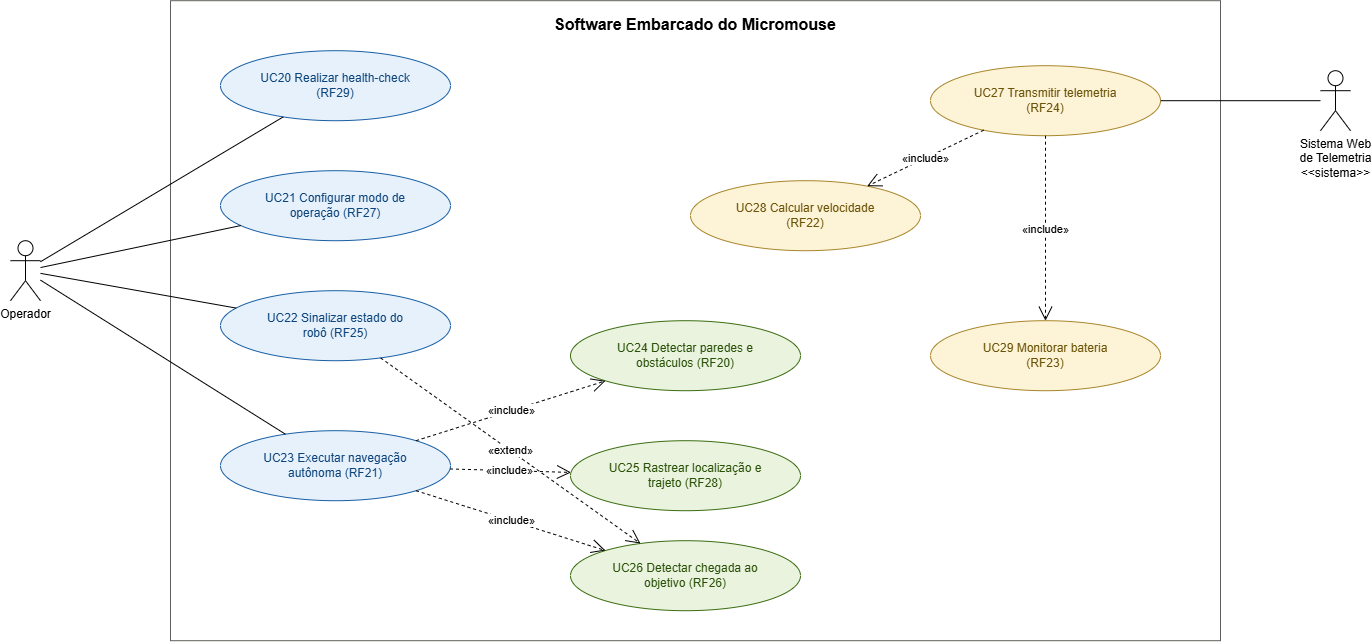
The draw.io diagram docs/figs/diagrama-casos-de-uso-software-embarcado-micromouse.png in fcte-pi1/2026_2_PI1_Grupo01_Juliana, before a commit. Source tidied: cells renumbered, new cells last; positions are measured from the earlier drawing's top-left corner, leaving out a move shared by most shapes.
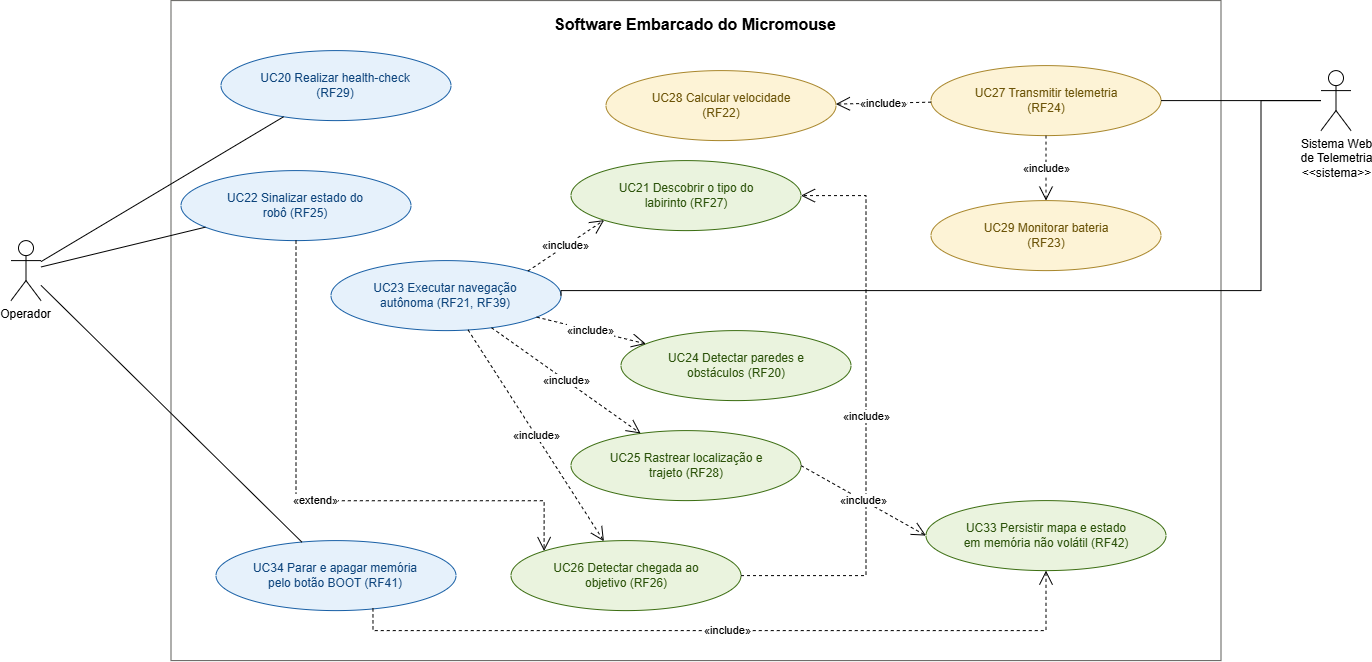
After the change.

Commit message:
docs: atualizar diagrama de casos de uso com os RF38 a RF42

Diff of the diagram source:
```diff
@@ -3,7 +3,7 @@
     <mxCell id="0" />
     <mxCell id="1" parent="0" />
     <mxCell id="2" value="Software Embarcado do Micromouse" style="rounded=0;whiteSpace=wrap;html=1;verticalAlign=top;fontStyle=1;fontSize=16;fillColor=none;strokeColor=#5F5E5A;spacingTop=8;" parent="1" vertex="1">
-      <mxGeometry x="160" width="1050" height="640" as="geometry" />
+      <mxGeometry x="160" width="1050" height="660" as="geometry" />
     </mxCell>
     <mxCell id="3" value="Operador" style="shape=umlActor;verticalLabelPosition=bottom;verticalAlign=top;html=1;outlineConnect=0;" parent="1" vertex="1">
       <mxGeometry y="240" width="30" height="60" as="geometry" />
@@ -14,44 +14,56 @@
     <mxCell id="5" value="UC20 Realizar health-check&lt;br&gt;(RF29)" style="ellipse;whiteSpace=wrap;html=1;fillColor=#E6F1FB;strokeColor=#185FA5;fontColor=#0C447C;fontSize=12;" parent="1" vertex="1">
       <mxGeometry x="210" y="50" width="230" height="70" as="geometry" />
     </mxCell>
-    <mxCell id="6" value="UC21 Configurar modo de&lt;br&gt;operação (RF27)" style="ellipse;whiteSpace=wrap;html=1;fillColor=#E6F1FB;strokeColor=#185FA5;fontColor=#0C447C;fontSize=12;" parent="1" vertex="1">
-      <mxGeometry x="210" y="170" width="230" height="70" as="geometry" />
-    </mxCell>
     <mxCell id="7" value="UC22 Sinalizar estado do&lt;br&gt;robô (RF25)" style="ellipse;whiteSpace=wrap;html=1;fillColor=#E6F1FB;strokeColor=#185FA5;fontColor=#0C447C;fontSize=12;" parent="1" vertex="1">
-      <mxGeometry x="210" y="290" width="230" height="70" as="geometry" />
+      <mxGeometry x="170" y="170" width="230" height="70" as="geometry" />
     </mxCell>
-    <mxCell id="8" value="UC23 Executar navegação&lt;br&gt;autônoma (RF21)" style="ellipse;whiteSpace=wrap;html=1;fillColor=#E6F1FB;strokeColor=#185FA5;fontColor=#0C447C;fontSize=12;" parent="1" vertex="1">
-      <mxGeometry x="210" y="430" width="230" height="70" as="geometry" />
+    <mxCell id="8" value="UC23 Executar navegação&lt;br&gt;autônoma (RF21, RF39)" style="ellipse;whiteSpace=wrap;html=1;fillColor=#E6F1FB;strokeColor=#185FA5;fontColor=#0C447C;fontSize=12;" parent="1" vertex="1">
+      <mxGeometry x="320" y="260" width="230" height="70" as="geometry" />
     </mxCell>
+    <mxCell id="26" value="UC34 Parar e apagar memória&lt;br&gt;pelo botão BOOT (RF41)" style="ellipse;whiteSpace=wrap;html=1;fillColor=#E6F1FB;strokeColor=#185FA5;fontColor=#0C447C;fontSize=12;" parent="1" vertex="1">
+      <mxGeometry x="205" y="540" width="240" height="70" as="geometry" />
+    </mxCell>
+    <mxCell id="6" value="UC21 Descobrir o tipo do&lt;br&gt;labirinto (RF27)" style="ellipse;whiteSpace=wrap;html=1;fillColor=#EAF3DE;strokeColor=#3B6D11;fontColor=#2A5108;fontSize=12;" parent="1" vertex="1">
+      <mxGeometry x="560" y="160" width="230" height="70" as="geometry" />
+    </mxCell>
     <mxCell id="9" value="UC24 Detectar paredes e&lt;br&gt;obstáculos (RF20)" style="ellipse;whiteSpace=wrap;html=1;fillColor=#EAF3DE;strokeColor=#3B6D11;fontColor=#2A5108;fontSize=12;" parent="1" vertex="1">
-      <mxGeometry x="560" y="320" width="230" height="70" as="geometry" />
+      <mxGeometry x="610" y="330" width="230" height="70" as="geometry" />
     </mxCell>
     <mxCell id="10" value="UC25 Rastrear localização e&lt;br&gt;trajeto (RF28)" style="ellipse;whiteSpace=wrap;html=1;fillColor=#EAF3DE;strokeColor=#3B6D11;fontColor=#2A5108;fontSize=12;" parent="1" vertex="1">
-      <mxGeometry x="560" y="440" width="230" height="70" as="geometry" />
+      <mxGeometry x="560" y="430" width="230" height="70" as="geometry" />
     </mxCell>
     <mxCell id="11" value="UC26 Detectar chegada ao&lt;br&gt;objetivo (RF26)" style="ellipse;whiteSpace=wrap;html=1;fillColor=#EAF3DE;strokeColor=#3B6D11;fontColor=#2A5108;fontSize=12;" parent="1" vertex="1">
-      <mxGeometry x="560" y="540" width="230" height="70" as="geometry" />
+      <mxGeometry x="500" y="540" width="230" height="70" as="geometry" />
     </mxCell>
     <mxCell id="12" value="UC27 Transmitir telemetria&lt;br&gt;(RF24)" style="ellipse;whiteSpace=wrap;html=1;fillColor=#FDF3D6;strokeColor=#A8862B;fontColor=#6B5307;fontSize=12;" parent="1" vertex="1">
       <mxGeometry x="920" y="65" width="230" height="70" as="geometry" />
     </mxCell>
     <mxCell id="13" value="UC28 Calcular velocidade&lt;br&gt;(RF22)" style="ellipse;whiteSpace=wrap;html=1;fillColor=#FDF3D6;strokeColor=#A8862B;fontColor=#6B5307;fontSize=12;" parent="1" vertex="1">
-      <mxGeometry x="680" y="180" width="230" height="70" as="geometry" />
+      <mxGeometry x="595" y="70" width="230" height="70" as="geometry" />
     </mxCell>
     <mxCell id="14" value="UC29 Monitorar bateria&lt;br&gt;(RF23)" style="ellipse;whiteSpace=wrap;html=1;fillColor=#FDF3D6;strokeColor=#A8862B;fontColor=#6B5307;fontSize=12;" parent="1" vertex="1">
-      <mxGeometry x="920" y="320" width="230" height="70" as="geometry" />
+      <mxGeometry x="920" y="200" width="230" height="70" as="geometry" />
     </mxCell>
+    <mxCell id="27" value="UC33 Persistir mapa e estado&lt;br&gt;em memória não volátil (RF42)" style="ellipse;whiteSpace=wrap;html=1;fillColor=#EAF3DE;strokeColor=#3B6D11;fontColor=#2A5108;fontSize=12;" parent="1" vertex="1">
+      <mxGeometry x="915" y="500" width="240" height="70" as="geometry" />
+    </mxCell>
     <mxCell id="15" style="endArrow=none;html=1;edgeStyle=none;" parent="1" edge="1" source="3" target="5">
       <mxGeometry relative="1" as="geometry" />
     </mxCell>
-    <mxCell id="16" style="endArrow=none;html=1;edgeStyle=none;" parent="1" edge="1" source="3" target="6">
-      <mxGeometry relative="1" as="geometry" />
-    </mxCell>
     <mxCell id="17" style="endArrow=none;html=1;edgeStyle=none;" parent="1" edge="1" source="3" target="7">
       <mxGeometry relative="1" as="geometry" />
     </mxCell>
+    <mxCell id="28" style="endArrow=none;html=1;edgeStyle=none;" parent="1" edge="1" source="3" target="26">
+      <mxGeometry relative="1" as="geometry" />
+    </mxCell>
-    <mxCell id="18" style="endArrow=none;html=1;edgeStyle=none;" parent="1" edge="1" source="3" target="8">
-      <mxGeometry relative="1" as="geometry" />
+    <mxCell id="18" style="endArrow=none;html=1;edgeStyle=orthogonalEdgeStyle;rounded=0;exitX=0;exitY=0.5;exitDx=0;exitDy=0;entryX=1;entryY=0.5;entryDx=0;entryDy=0;" parent="1" edge="1" source="4" target="8">
+      <mxGeometry relative="1" as="geometry">
+        <Array as="points">
+          <mxPoint x="1250" y="100" />
+          <mxPoint x="1250" y="290" />
+          <mxPoint x="550" y="290" />
+        </Array>
+      </mxGeometry>
     </mxCell>
     <mxCell id="19" style="endArrow=none;html=1;edgeStyle=none;" parent="1" edge="1" source="4" target="12">
       <mxGeometry relative="1" as="geometry" />
@@ -65,14 +77,41 @@
     <mxCell id="22" value="«include»" style="endArrow=open;endSize=12;dashed=1;html=1;edgeStyle=none;fontSize=11;" parent="1" edge="1" source="8" target="11">
       <mxGeometry relative="1" as="geometry" />
     </mxCell>
+    <mxCell id="29" value="«include»" style="endArrow=open;endSize=12;dashed=1;html=1;edgeStyle=none;fontSize=11;exitX=1;exitY=0;exitDx=0;exitDy=0;entryX=0;entryY=1;entryDx=0;entryDy=0;" parent="1" edge="1" source="8" target="6">
+      <mxGeometry relative="1" as="geometry" />
+    </mxCell>
+    <mxCell id="30" value="«include»" style="endArrow=open;endSize=12;dashed=1;html=1;edgeStyle=orthogonalEdgeStyle;rounded=0;fontSize=11;exitX=1;exitY=0.5;exitDx=0;exitDy=0;entryX=1;entryY=0.5;entryDx=0;entryDy=0;" parent="1" edge="1" source="11" target="6">
+      <mxGeometry relative="1" as="geometry">
+        <Array as="points">
+          <mxPoint x="855" y="575" />
+          <mxPoint x="855" y="195" />
+        </Array>
+      </mxGeometry>
+    </mxCell>
+    <mxCell id="31" value="«include»" style="endArrow=open;endSize=12;dashed=1;html=1;edgeStyle=none;fontSize=11;exitX=1;exitY=0.5;exitDx=0;exitDy=0;entryX=0;entryY=0.5;entryDx=0;entryDy=0;" parent="1" edge="1" source="10" target="27">
+      <mxGeometry relative="1" as="geometry" />
+    </mxCell>
+    <mxCell id="32" value="«include»" style="endArrow=open;endSize=12;dashed=1;html=1;edgeStyle=orthogonalEdgeStyle;rounded=0;fontSize=11;exitX=0.654;exitY=0.968;exitDx=0;exitDy=0;entryX=0.5;entryY=1;entryDx=0;entryDy=0;exitPerimeter=0;" parent="1" edge="1" source="26" target="27">
+      <mxGeometry relative="1" as="geometry">
+        <Array as="points">
+          <mxPoint x="362" y="630" />
+          <mxPoint x="1035" y="630" />
+        </Array>
+      </mxGeometry>
+    </mxCell>
     <mxCell id="23" value="«include»" style="endArrow=open;endSize=12;dashed=1;html=1;edgeStyle=none;fontSize=11;" parent="1" edge="1" source="12" target="13">
       <mxGeometry relative="1" as="geometry" />
     </mxCell>
     <mxCell id="24" value="«include»" style="endArrow=open;endSize=12;dashed=1;html=1;edgeStyle=none;fontSize=11;" parent="1" edge="1" source="12" target="14">
       <mxGeometry relative="1" as="geometry" />
     </mxCell>
-    <mxCell id="25" value="«extend»" style="endArrow=open;endSize=12;dashed=1;html=1;edgeStyle=none;fontSize=11;" parent="1" edge="1" source="7" target="11">
-      <mxGeometry relative="1" as="geometry" />
+    <mxCell id="25" value="«extend»" style="endArrow=open;endSize=12;dashed=1;html=1;edgeStyle=orthogonalEdgeStyle;rounded=0;fontSize=11;exitX=0.5;exitY=1;exitDx=0;exitDy=0;entryX=0;entryY=0;entryDx=0;entryDy=0;" parent="1" edge="1" source="7" target="11">
+      <mxGeometry relative="1" as="geometry">
+        <Array as="points">
+          <mxPoint x="285" y="500.1" />
+          <mxPoint x="533.7" y="500" />
+        </Array>
+      </mxGeometry>
     </mxCell>
   </root>
 </mxGraphModel>
```
